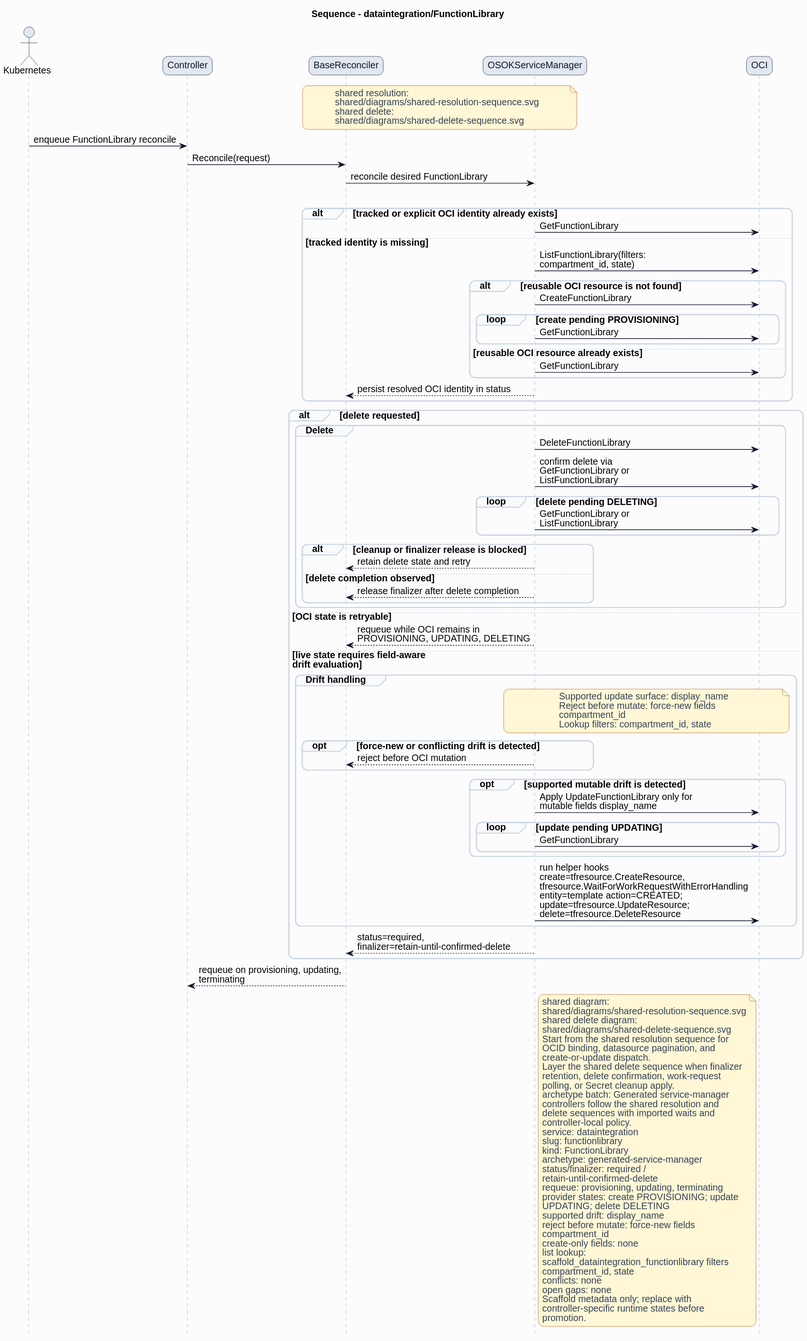
This is formal/controllers/dataintegration/functionlibrary/diagrams/sequence.svg from HaoyL666/oci-service-operator, a PlantUML export, as it was before one commit. The source it was exported from:
```plantuml
@startuml
skinparam shadowing false
skinparam backgroundColor #fcfcfd
skinparam defaultFontName Helvetica
skinparam defaultFontSize 14
skinparam arrowColor #0f172a
skinparam noteBackgroundColor #fff7d6
skinparam noteBorderColor #b45309
skinparam noteFontColor #334155
skinparam roundcorner 16
title Sequence - dataintegration/FunctionLibrary
hide footbox
skinparam sequence {
  actorBorderColor #0f172a
  actorBackgroundColor #e2e8f0
  participantBorderColor #0f172a
  participantBackgroundColor #e2e8f0
  participantFontColor #0f172a
  lifeLineBorderColor #94a3b8
  groupBorderColor #cbd5e1
  groupBackgroundColor #f8fafc
}
actor Kubernetes
participant Controller
participant BaseReconciler
participant "OSOKServiceManager" as ServiceManager
participant OCI
note over BaseReconciler,ServiceManager
shared resolution:
shared/diagrams/shared-resolution-sequence.svg
shared delete:
shared/diagrams/shared-delete-sequence.svg
end note
Kubernetes -> Controller: enqueue FunctionLibrary reconcile
Controller -> BaseReconciler: Reconcile(request)
BaseReconciler -> ServiceManager: reconcile desired FunctionLibrary
group Lookup and bind
alt tracked or explicit OCI identity already exists
ServiceManager -> OCI: GetFunctionLibrary
else tracked identity is missing
ServiceManager -> OCI: ListFunctionLibrary(filters:\ncompartment_id, state)
alt reusable OCI resource is not found
ServiceManager -> OCI: CreateFunctionLibrary
loop create pending PROVISIONING
ServiceManager -> OCI: GetFunctionLibrary
end
else reusable OCI resource already exists
ServiceManager -> OCI: GetFunctionLibrary
end
ServiceManager --> BaseReconciler: persist resolved OCI identity in status
end
alt delete requested
group Delete
ServiceManager -> OCI: DeleteFunctionLibrary
ServiceManager -> OCI: confirm delete via\nGetFunctionLibrary or\nListFunctionLibrary
loop delete pending DELETING
ServiceManager -> OCI: GetFunctionLibrary or\nListFunctionLibrary
end
alt cleanup or finalizer release is blocked
ServiceManager --> BaseReconciler: retain delete state and retry
else delete completion observed
ServiceManager --> BaseReconciler: release finalizer after delete completion
end
end
else OCI state is retryable
ServiceManager --> BaseReconciler: requeue while OCI remains in\nPROVISIONING, UPDATING, DELETING
else live state requires field-aware\ndrift evaluation
group Drift handling
note over ServiceManager,OCI
Supported update surface: display_name
Reject before mutate: force-new fields
compartment_id
Lookup filters: compartment_id, state
end note
opt force-new or conflicting drift is detected
ServiceManager --> BaseReconciler: reject before OCI mutation
end
opt supported mutable drift is detected
ServiceManager -> OCI: Apply UpdateFunctionLibrary only for\nmutable fields display_name
loop update pending UPDATING
ServiceManager -> OCI: GetFunctionLibrary
end
end
ServiceManager -> OCI: run helper hooks\ncreate=tfresource.CreateResource,\ntfresource.WaitForWorkRequestWithErrorHandling\nentity=template action=CREATED;\nupdate=tfresource.UpdateResource;\ndelete=tfresource.DeleteResource
end
ServiceManager --> BaseReconciler: status=required,\nfinalizer=retain-until-confirmed-delete
end
BaseReconciler --> Controller: requeue on provisioning, updating,\nterminating
note right of ServiceManager
shared diagram:
shared/diagrams/shared-resolution-sequence.svg
shared delete diagram:
shared/diagrams/shared-delete-sequence.svg
Start from the shared resolution sequence for
OCID binding, datasource pagination, and
create-or-update dispatch.
Layer the shared delete sequence when finalizer
retention, delete confirmation, work-request
polling, or Secret cleanup apply.
archetype batch: Generated service-manager
controllers follow the shared resolution and
delete sequences with imported waits and
controller-local policy.
service: dataintegration
slug: functionlibrary
kind: FunctionLibrary
archetype: generated-service-manager
status/finalizer: required /
retain-until-confirmed-delete
requeue: provisioning, updating, terminating
provider states: create PROVISIONING; update
UPDATING; delete DELETING
supported drift: display_name
reject before mutate: force-new fields
compartment_id
create-only fields: none
list lookup:
scaffold_dataintegration_functionlibrary filters
compartment_id, state
conflicts: none
open gaps: none
Scaffold metadata only; replace with
controller-specific runtime states before
promotion.
end note
@enduml
```
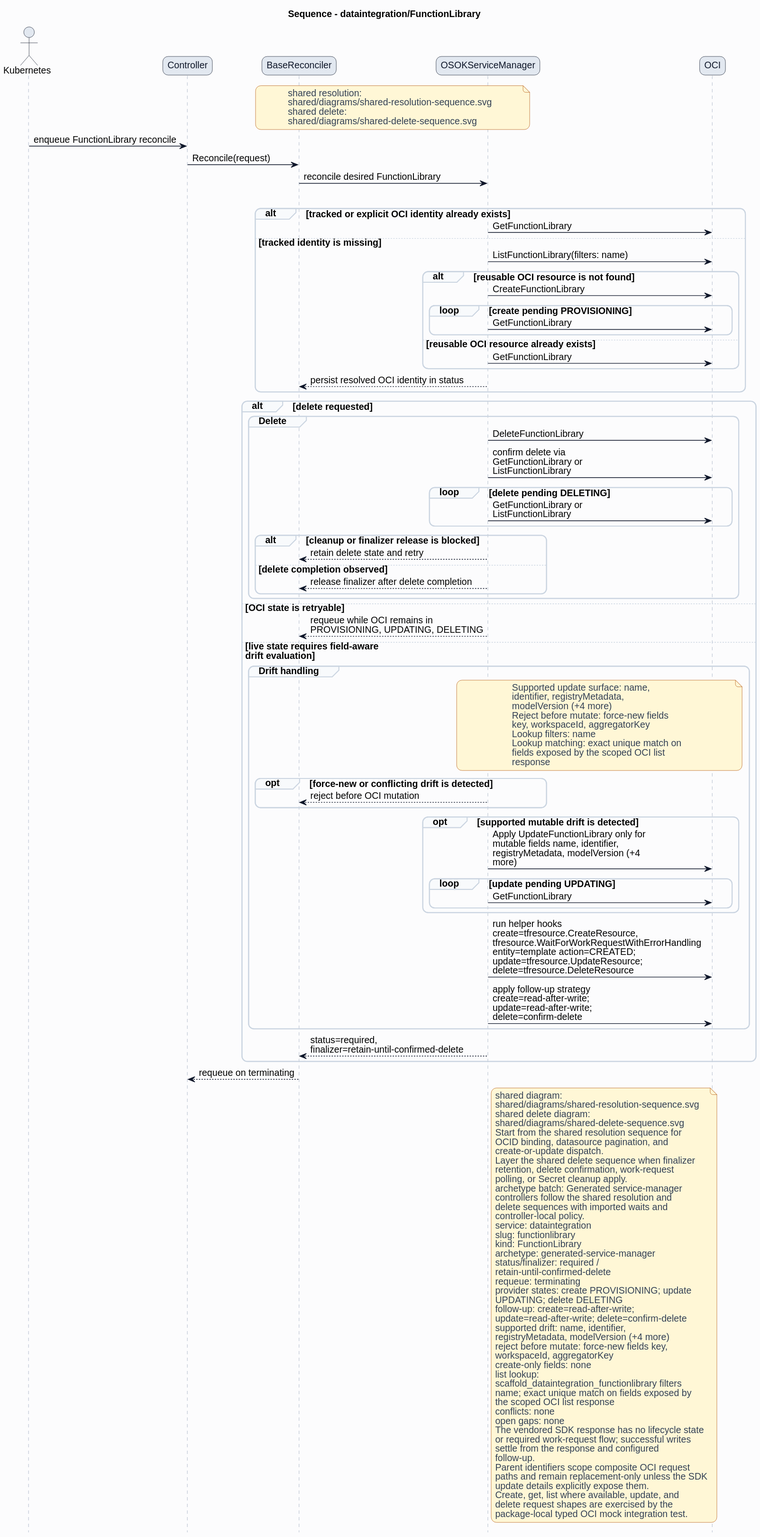
The same file after the commit.

Change to the diagram source:
```diff
@@ -38,7 +38,7 @@
 alt tracked or explicit OCI identity already exists
 ServiceManager -> OCI: GetFunctionLibrary
 else tracked identity is missing
-ServiceManager -> OCI: ListFunctionLibrary(filters:\ncompartment_id, state)
+ServiceManager -> OCI: ListFunctionLibrary(filters: name)
 alt reusable OCI resource is not found
 ServiceManager -> OCI: CreateFunctionLibrary
 loop create pending PROVISIONING
@@ -67,25 +67,31 @@
 else live state requires field-aware\ndrift evaluation
 group Drift handling
 note over ServiceManager,OCI
-Supported update surface: display_name
+Supported update surface: name,
+identifier, registryMetadata,
+modelVersion (+4 more)
 Reject before mutate: force-new fields
-compartment_id
-Lookup filters: compartment_id, state
+key, workspaceId, aggregatorKey
+Lookup filters: name
+Lookup matching: exact unique match on
+fields exposed by the scoped OCI list
+response
 end note
 opt force-new or conflicting drift is detected
 ServiceManager --> BaseReconciler: reject before OCI mutation
 end
 opt supported mutable drift is detected
-ServiceManager -> OCI: Apply UpdateFunctionLibrary only for\nmutable fields display_name
+ServiceManager -> OCI: Apply UpdateFunctionLibrary only for\nmutable fields name, identifier,\nregistryMetadata, modelVersion (+4\nmore)
 loop update pending UPDATING
 ServiceManager -> OCI: GetFunctionLibrary
 end
 end
 ServiceManager -> OCI: run helper hooks\ncreate=tfresource.CreateResource,\ntfresource.WaitForWorkRequestWithErrorHandling\nentity=template action=CREATED;\nupdate=tfresource.UpdateResource;\ndelete=tfresource.DeleteResource
+ServiceManager -> OCI: apply follow-up strategy\ncreate=read-after-write;\nupdate=read-after-write;\ndelete=confirm-delete
 end
 ServiceManager --> BaseReconciler: status=required,\nfinalizer=retain-until-confirmed-delete
 end
-BaseReconciler --> Controller: requeue on provisioning, updating,\nterminating
+BaseReconciler --> Controller: requeue on terminating
 note right of ServiceManager
 shared diagram:
 shared/diagrams/shared-resolution-sequence.svg
@@ -107,20 +113,31 @@
 archetype: generated-service-manager
 status/finalizer: required /
 retain-until-confirmed-delete
-requeue: provisioning, updating, terminating
+requeue: terminating
 provider states: create PROVISIONING; update
 UPDATING; delete DELETING
-supported drift: display_name
-reject before mutate: force-new fields
-compartment_id
+follow-up: create=read-after-write;
+update=read-after-write; delete=confirm-delete
+supported drift: name, identifier,
+registryMetadata, modelVersion (+4 more)
+reject before mutate: force-new fields key,
+workspaceId, aggregatorKey
 create-only fields: none
 list lookup:
 scaffold_dataintegration_functionlibrary filters
-compartment_id, state
+name; exact unique match on fields exposed by
+the scoped OCI list response
 conflicts: none
 open gaps: none
-Scaffold metadata only; replace with
-controller-specific runtime states before
-promotion.
+The vendored SDK response has no lifecycle state
+or required work-request flow; successful writes
+settle from the response and configured
+follow-up.
+Parent identifiers scope composite OCI request
+paths and remain replacement-only unless the SDK
+update details explicitly expose them.
+Create, get, list where available, update, and
+delete request shapes are exercised by the
+package-local typed OCI mock integration test.
 end note
 @enduml
```
